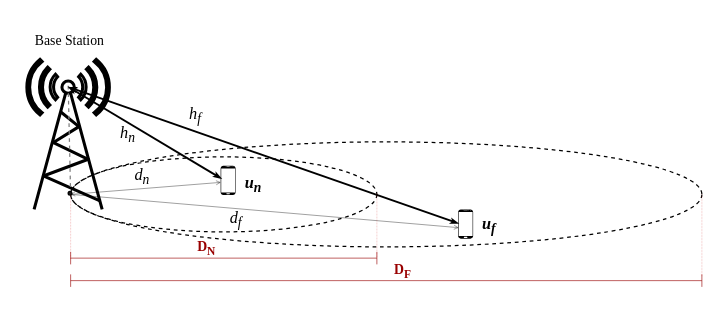
Before: System Diagram.drawio in Lazarus-GS/NOMA-Diagrams, a draw.io diagram. Source tidied: cells renumbered, new cells numbered last; positions are measured from the earlier drawing's top-left corner, leaving out a move shared by most shapes. Both pictures are drawn from the tidied source at 125%, with x=0, y=0 at pixel (21, 21).
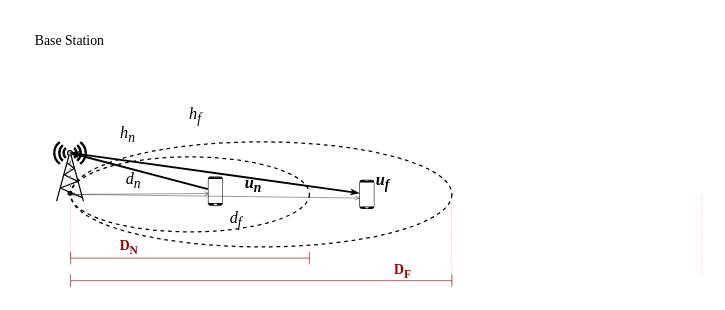
The same page after the edit.

The edit, as a diff of the source:
```diff
@@
     <mxCell id="2" style="ellipse;whiteSpace=wrap;html=1;fillColor=none;dashed=1;perimeterSpacing=0;sketch=0;" parent="1" vertex="1">
-      <mxGeometry x="39" y="96" width="505" height="84" as="geometry" />
+      <mxGeometry x="39" y="96" width="305" height="84" as="geometry" />
     </mxCell>
+    <mxCell id="4" style="ellipse;whiteSpace=wrap;html=1;fillColor=none;dashed=1;" parent="1" vertex="1">
+      <mxGeometry x="39" y="108" width="191" height="60" as="geometry" />
+    </mxCell>
     <mxCell id="3" style="fontColor=#0066CC;verticalAlign=top;verticalLabelPosition=bottom;labelPosition=center;align=center;html=1;fillColor=default;strokeColor=default;gradientColor=none;gradientDirection=north;strokeWidth=2;shape=mxgraph.networks.radio_tower;rounded=1;shadow=0;comic=0;labelBackgroundColor=none;perimeterSpacing=0;" parent="1" vertex="1">
-      <mxGeometry x="4" y="30" width="66" height="120" as="geometry" />
+      <mxGeometry x="25.5" y="96.1" width="26" height="47.3" as="geometry" />
     </mxCell>
-    <mxCell id="4" style="ellipse;whiteSpace=wrap;html=1;fillColor=none;dashed=1;" parent="1" vertex="1">
-      <mxGeometry x="39" y="108" width="245" height="60" as="geometry" />
-    </mxCell>
@@
     <mxCell id="7" value="&lt;span style=&quot;font-size: 13px;&quot;&gt;&lt;b&gt;&lt;i&gt;u&lt;sub&gt;f&lt;/sub&gt;&lt;/i&gt;&lt;/b&gt;&lt;/span&gt;" style="text;html=1;strokeColor=none;fillColor=none;align=center;verticalAlign=middle;whiteSpace=wrap;rounded=0;dashed=1;fontFamily=Times New Roman;" parent="1" vertex="1">
-      <mxGeometry x="359" y="148" width="30" height="30" as="geometry" />
+      <mxGeometry x="274" y="113.4" width="30" height="30" as="geometry" />
     </mxCell>
@@
-    <mxCell id="11" style="endArrow=classicThin;html=1;rounded=0;strokeColor=#000000;exitX=0.503;exitY=0.184;exitDx=0;exitDy=0;exitPerimeter=0;strokeWidth=1.5;startArrow=classicThin;startFill=1;endFill=1;endSize=2;startSize=2;" parent="1" edge="1" source="3">
-      <mxGeometry relative="1" as="geometry">
-        <mxPoint x="159.7" y="125.4" as="targetPoint" />
-      </mxGeometry>
-    </mxCell>
-    <mxCell id="12" style="endArrow=classicThin;html=1;rounded=0;exitX=0.507;exitY=0.185;exitDx=0;exitDy=0;exitPerimeter=0;strokeColor=#000000;strokeWidth=1.5;startArrow=classicThin;startFill=1;endFill=1;endSize=2;startSize=2;" parent="1" edge="1" source="3">
-      <mxGeometry relative="1" as="geometry">
-        <mxPoint x="349.3" y="161.3" as="targetPoint" />
-      </mxGeometry>
+    <mxCell id="12" style="endArrow=classicThin;html=1;rounded=0;exitX=0.507;exitY=0.185;exitDx=0;exitDy=0;exitPerimeter=0;strokeColor=#000000;strokeWidth=1.5;startArrow=classicThin;startFill=1;endFill=1;endSize=2;startSize=2;entryX=-0.022;entryY=0.457;entryDx=0;entryDy=0;entryPerimeter=0;" parent="1" edge="1" source="3" target="20">
+      <mxGeometry relative="1" as="geometry" />
     </mxCell>
@@
-    <mxCell id="15" style="endArrow=open;html=1;rounded=0;exitX=0;exitY=0.5;exitDx=0;exitDy=0;strokeWidth=0.3;startArrow=open;startFill=0;endFill=0;endSize=3;startSize=3;" parent="1" edge="1" source="4">
-      <mxGeometry relative="1" as="geometry">
-        <mxPoint x="159" y="128.4" as="targetPoint" />
-      </mxGeometry>
+    <mxCell id="15" style="endArrow=open;html=1;rounded=0;exitX=0;exitY=0.5;exitDx=0;exitDy=0;strokeWidth=0.3;startArrow=open;startFill=0;endFill=0;endSize=3;startSize=3;entryX=0.059;entryY=0.586;entryDx=0;entryDy=0;entryPerimeter=0;" parent="1" edge="1" source="4" target="19">
+      <mxGeometry relative="1" as="geometry" />
     </mxCell>
@@
     <mxCell id="17" value="&lt;span style=&quot;font-size: 13px;&quot;&gt;&lt;i style=&quot;&quot;&gt;d&lt;sub style=&quot;&quot;&gt;n&lt;/sub&gt;&lt;/i&gt;&lt;/span&gt;" style="text;html=1;strokeColor=none;fillColor=none;align=center;verticalAlign=middle;whiteSpace=wrap;rounded=0;dashed=1;fontFamily=Times New Roman;" parent="1" vertex="1">
-      <mxGeometry x="84" y="108.5" width="25" height="30" as="geometry" />
+      <mxGeometry x="77" y="112" width="25" height="30" as="geometry" />
     </mxCell>
@@
-    <mxCell id="19" style="verticalLabelPosition=bottom;verticalAlign=top;html=1;shadow=0;dashed=0;strokeWidth=0.1;shape=mxgraph.android.phone2;strokeColor=none;fillColor=#000000;" parent="1" vertex="1">
-      <mxGeometry x="159" y="115.1" width="12" height="23.4" as="geometry" />
-    </mxCell>
     <mxCell id="20" style="verticalLabelPosition=bottom;verticalAlign=top;html=1;shadow=0;dashed=0;strokeWidth=0.1;shape=mxgraph.android.phone2;strokeColor=none;fillColor=#000000;" parent="1" vertex="1">
-      <mxGeometry x="349" y="150" width="12" height="23.4" as="geometry" />
+      <mxGeometry x="270" y="126.3" width="12" height="23.4" as="geometry" />
     </mxCell>
     <mxCell id="21" value="&lt;span style=&quot;font-size: 11px;&quot;&gt;&lt;b&gt;D&lt;sub&gt;N&lt;/sub&gt;&lt;/b&gt;&lt;/span&gt;" style="text;html=1;strokeColor=none;fillColor=none;align=center;verticalAlign=middle;whiteSpace=wrap;rounded=0;dashed=1;fontFamily=Times New Roman;fontColor=#990000;strokeWidth=0.2;" parent="1" vertex="1">
-      <mxGeometry x="135.2" y="166" width="25.5" height="30" as="geometry" />
+      <mxGeometry x="73" y="165" width="25.5" height="30" as="geometry" />
     </mxCell>
     <mxCell id="22" style="endArrow=none;dashed=1;html=1;strokeWidth=0.2;rounded=0;fontFamily=Times New Roman;fontSize=11;fontColor=#990000;startSize=3;endSize=3;strokeColor=#CC0000;" parent="1" edge="1">
       <mxGeometry relative="1" as="geometry">
-        <mxPoint x="284" y="188" as="sourcePoint" />
-        <mxPoint x="284" y="137" as="targetPoint" />
+        <mxPoint x="344" y="210" as="sourcePoint" />
+        <mxPoint x="343.6" y="144" as="targetPoint" />
       </mxGeometry>
     </mxCell>
@@
-    <mxCell id="24" style="endArrow=none;html=1;rounded=0;fontSize=13;fontColor=#990000;strokeColor=#990000;strokeWidth=0.5;" parent="1" edge="1">
-      <mxGeometry relative="1" as="geometry">
-        <mxPoint x="39" y="207" as="sourcePoint" />
-        <mxPoint x="544" y="207" as="targetPoint" />
-      </mxGeometry>
-    </mxCell>
-    <mxCell id="25" style="endArrow=none;html=1;rounded=0;fontSize=13;fontColor=#990000;strokeColor=#990000;strokeWidth=0.5;" parent="1" edge="1">
-      <mxGeometry relative="1" as="geometry">
-        <mxPoint x="39" y="212" as="sourcePoint" />
-        <mxPoint x="39" y="202" as="targetPoint" />
-      </mxGeometry>
-    </mxCell>
@@
-    <mxCell id="27" style="endArrow=none;html=1;rounded=0;fontSize=13;fontColor=#990000;strokeColor=#990000;strokeWidth=0.5;" parent="1" edge="1">
-      <mxGeometry relative="1" as="geometry">
-        <mxPoint x="544" y="212" as="sourcePoint" />
-        <mxPoint x="544" y="202" as="targetPoint" />
-      </mxGeometry>
-    </mxCell>
+    <mxCell id="19" style="verticalLabelPosition=bottom;verticalAlign=top;html=1;shadow=0;dashed=0;strokeWidth=0.1;shape=mxgraph.android.phone2;strokeColor=none;fillColor=#000000;" parent="1" vertex="1">
+      <mxGeometry x="148.8" y="123.6" width="12" height="23.4" as="geometry" />
+    </mxCell>
+    <mxCell id="31" style="endArrow=none;html=1;rounded=0;strokeColor=#000000;exitX=0.503;exitY=0.184;exitDx=0;exitDy=0;exitPerimeter=0;strokeWidth=1.5;startArrow=classicThin;startFill=1;endFill=1;endSize=2;startSize=2;" parent="1" edge="1" source="3" target="19">
+      <mxGeometry relative="1" as="geometry" />
+    </mxCell>
+    <mxCell id="32" style="group;" parent="1" vertex="1">
+      <mxGeometry x="39" y="184" width="191" height="10" as="geometry" />
+    </mxCell>
-    <mxCell id="28" style="endArrow=none;html=1;rounded=0;fontSize=13;fontColor=#636363;strokeColor=#990000;strokeWidth=0.5;" parent="1" edge="1">
+    <mxCell id="28" style="endArrow=none;html=1;rounded=0;fontSize=13;fontColor=#636363;strokeColor=#990000;strokeWidth=0.5;" parent="32" edge="1">
       <mxGeometry relative="1" as="geometry">
-        <mxPoint x="39" y="189" as="sourcePoint" />
-        <mxPoint x="284" y="189" as="targetPoint" />
+        <mxPoint y="5" as="sourcePoint" />
+        <mxPoint x="191" y="5" as="targetPoint" />
       </mxGeometry>
     </mxCell>
-    <mxCell id="29" style="endArrow=none;html=1;rounded=0;fontSize=13;fontColor=#990000;strokeColor=#990000;strokeWidth=0.5;" parent="1" edge="1">
+    <mxCell id="29" style="endArrow=none;html=1;rounded=0;fontSize=13;fontColor=#990000;strokeColor=#990000;strokeWidth=0.5;" parent="32" edge="1">
       <mxGeometry relative="1" as="geometry">
-        <mxPoint x="39" y="194" as="sourcePoint" />
-        <mxPoint x="39" y="184" as="targetPoint" />
+        <mxPoint y="10" as="sourcePoint" />
+        <mxPoint as="targetPoint" />
       </mxGeometry>
     </mxCell>
-    <mxCell id="30" style="endArrow=none;html=1;rounded=0;fontSize=13;fontColor=#990000;strokeColor=#990000;strokeWidth=0.5;" parent="1" edge="1">
+    <mxCell id="30" style="endArrow=none;html=1;rounded=0;fontSize=13;fontColor=#990000;strokeColor=#990000;strokeWidth=0.5;" parent="32" edge="1">
       <mxGeometry relative="1" as="geometry">
-        <mxPoint x="284" y="194" as="sourcePoint" />
-        <mxPoint x="284" y="184" as="targetPoint" />
+        <mxPoint x="191" y="10" as="sourcePoint" />
+        <mxPoint x="191" as="targetPoint" />
       </mxGeometry>
     </mxCell>
+    <mxCell id="33" style="group;" parent="1" vertex="1">
+      <mxGeometry x="39" y="202" width="305" height="10" as="geometry" />
+    </mxCell>
+    <mxCell id="24" style="endArrow=none;html=1;rounded=0;fontSize=13;fontColor=#990000;strokeColor=#990000;strokeWidth=0.5;" parent="33" edge="1">
+      <mxGeometry relative="1" as="geometry">
+        <mxPoint y="5" as="sourcePoint" />
+        <mxPoint x="305" y="5" as="targetPoint" />
+      </mxGeometry>
+    </mxCell>
+    <mxCell id="25" style="endArrow=none;html=1;rounded=0;fontSize=13;fontColor=#990000;strokeColor=#990000;strokeWidth=0.5;" parent="33" edge="1">
+      <mxGeometry relative="1" as="geometry">
+        <mxPoint y="10" as="sourcePoint" />
+        <mxPoint as="targetPoint" />
+      </mxGeometry>
+    </mxCell>
+    <mxCell id="27" style="endArrow=none;html=1;rounded=0;fontSize=13;fontColor=#990000;strokeColor=#990000;strokeWidth=0.5;" parent="33" edge="1">
+      <mxGeometry relative="1" as="geometry">
+        <mxPoint x="305" y="10" as="sourcePoint" />
+        <mxPoint x="305" as="targetPoint" />
+      </mxGeometry>
+    </mxCell>
```
